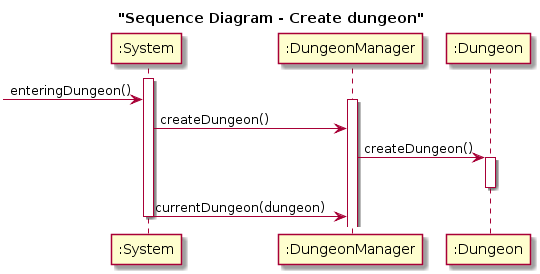
Before: Assignments/Second assignment/System sequence dia/Dungeon/SDCD1.png, a diagram exported from PlantUML (igra13/OOD--PA1435---Igor_Radulovic-).
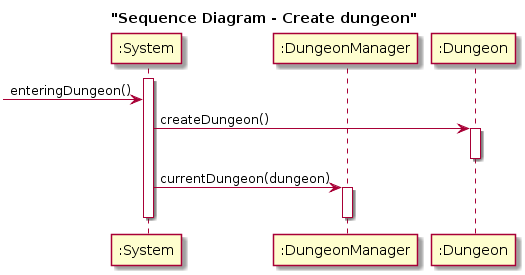
The same file after the commit.

What changed in the source:
```diff
@@ -11,17 +11,20 @@
 ->s : enteringDungeon()
 
 
-activate dm
-s->dm : createDungeon()
+
+s->d : createDungeon()
 
 
 
-dm->d :createDungeon()
+
 activate d
+
 deactivate d
 
 
 s->dm :currentDungeon(dungeon)
+activate dm
+deactivate dm
 
 
 
```
